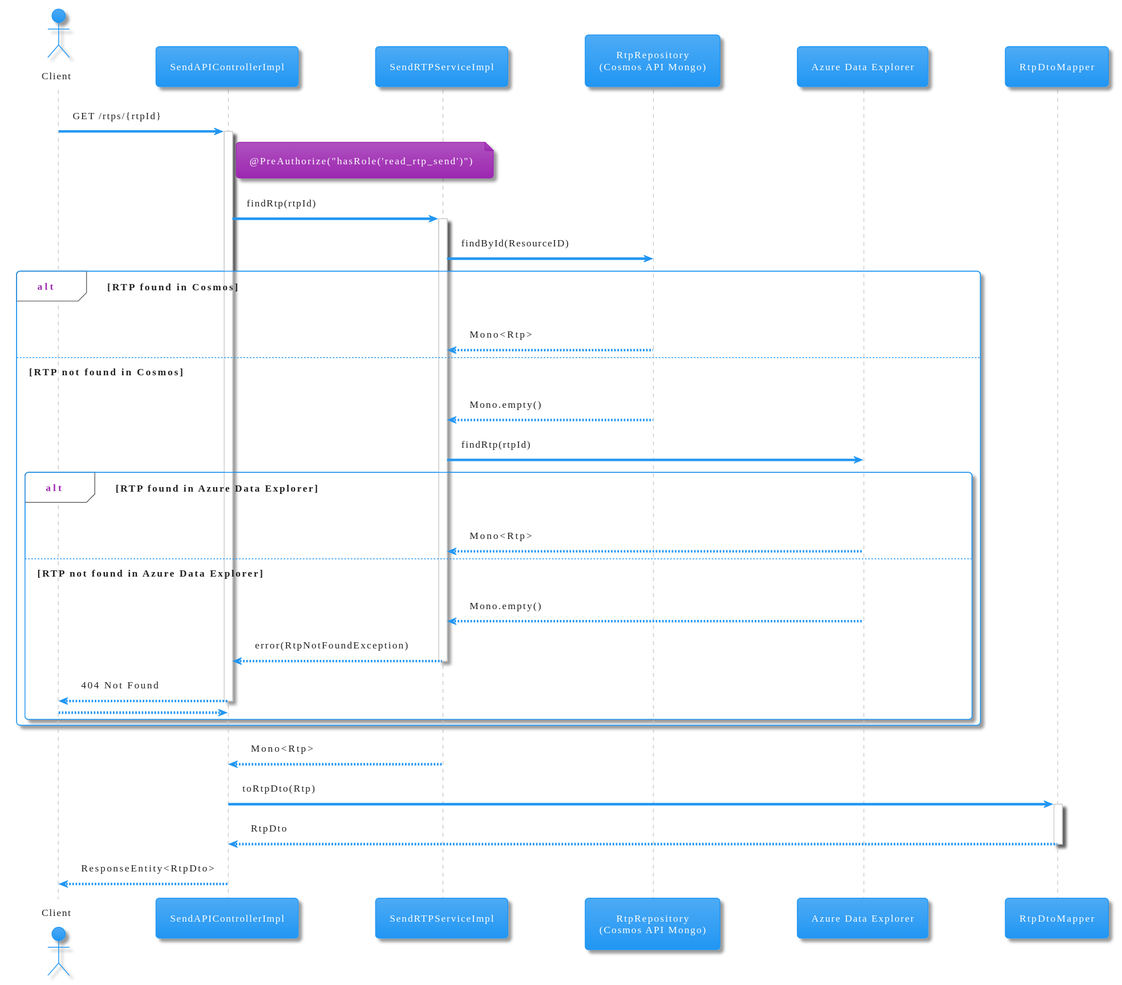
The PlantUML diagram diagrams/findByRtp.svg in pagopa/rtp-docs, before a commit.
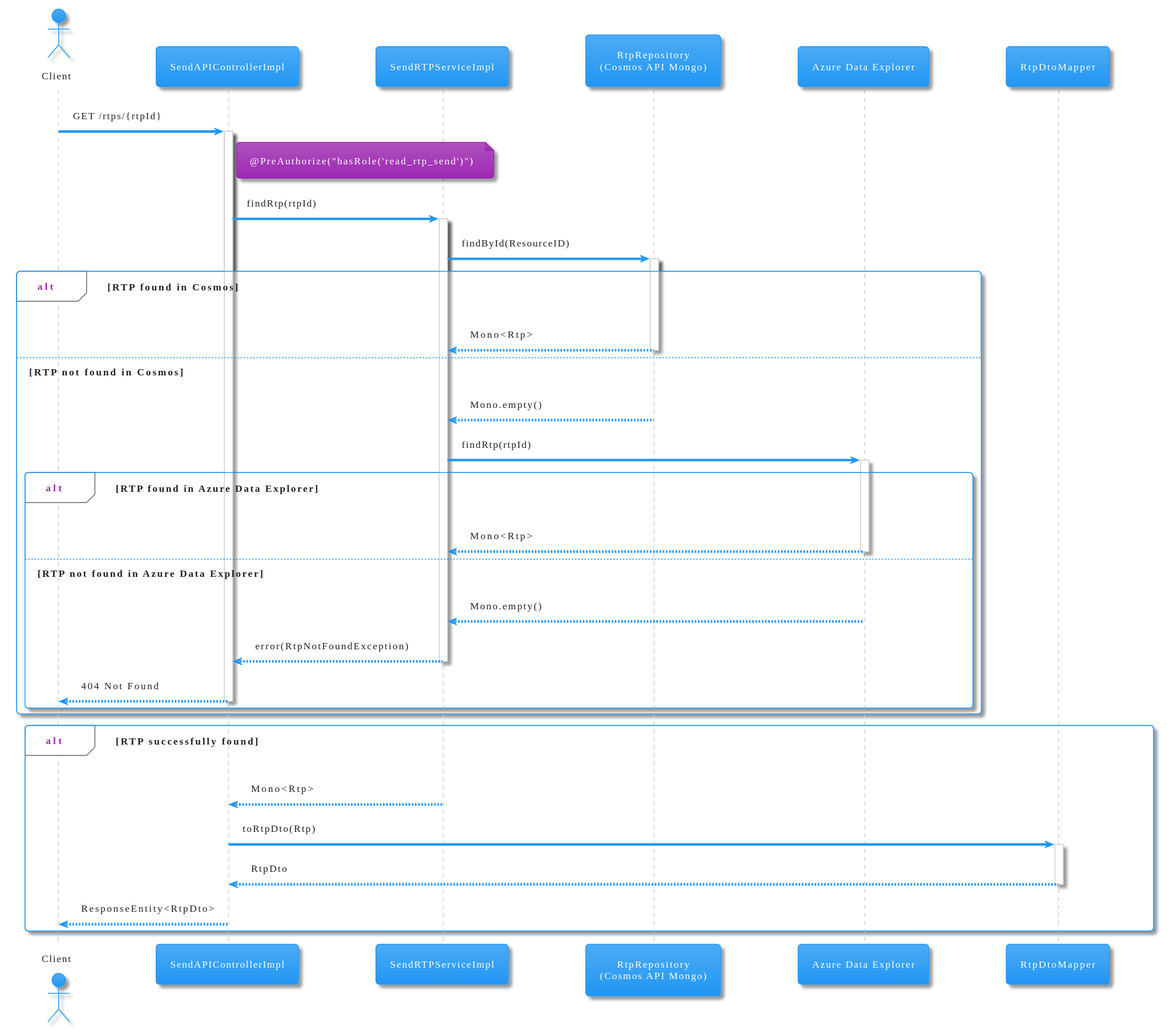
After the commit.

Diff of the diagram source:
```diff
@@ -16,34 +16,45 @@
 activate Service
 
 Service -> Repository : findById(ResourceID)
+activate Repository
 
 alt RTP found in Cosmos
     Repository --> Service : Mono<Rtp>
+    deactivate Repository
 
 else RTP not found in Cosmos
     Repository --> Service : Mono.empty()
+    deactivate Repository
+
     Service -> ADX : findRtp(rtpId)
+    activate ADX
 
     alt RTP found in Azure Data Explorer
         ADX --> Service : Mono<Rtp>
+        deactivate ADX
+
     else RTP not found in Azure Data Explorer
         ADX --> Service : Mono.empty()
+        deactivate ADX
+
         Service --> Controller : error(RtpNotFoundException)
         deactivate Service
+
         Controller --> Client : 404 Not Found
         deactivate Controller
-        return
     end
 end
 
-Service --> Controller : Mono<Rtp>
-deactivate Service
+alt RTP successfully found
+    Service --> Controller : Mono<Rtp>
+    deactivate Service
 
-Controller -> Mapper : toRtpDto(Rtp)
-activate Mapper
-Mapper --> Controller : RtpDto
-deactivate Mapper
+    Controller -> Mapper : toRtpDto(Rtp)
+    activate Mapper
+    Mapper --> Controller : RtpDto
+    deactivate Mapper
 
-Controller --> Client : ResponseEntity<RtpDto>
-deactivate Controller
+    Controller --> Client : ResponseEntity<RtpDto>
+    deactivate Controller
+end
 @enduml
```
